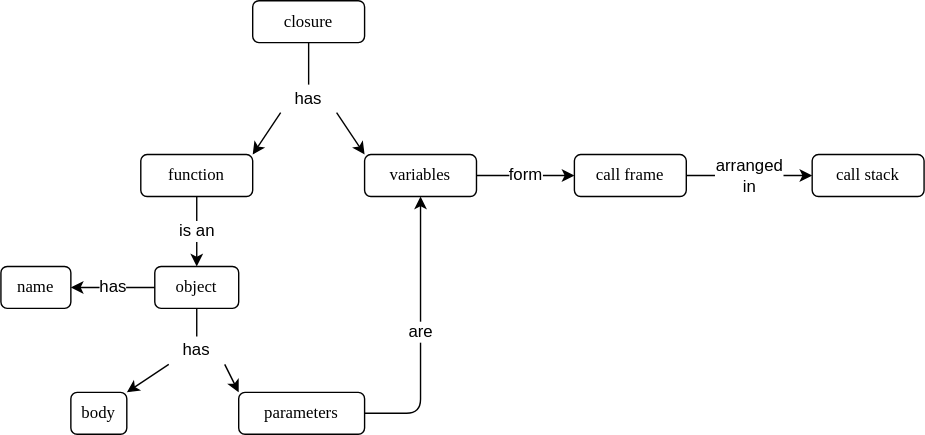
The draw.io diagram src/func/concept_map.svg in gvwilson/sdxpy, before a commit. Source tidied: cells renumbered, new cells last; positions are measured from the earlier drawing's top-left corner, leaving out a move shared by most shapes. Source of this version:
```xml
<mxGraphModel>
  <root>
    <mxCell id="0" />
    <mxCell id="1" parent="0" />
    <mxCell id="2" value="function" style="rounded=1;whiteSpace=wrap;html=1;fillColor=none;fontFamily=Verdana;" parent="1" vertex="1">
      <mxGeometry x="100" y="110" width="80" height="30" as="geometry" />
    </mxCell>
    <mxCell id="3" value="closure" style="rounded=1;whiteSpace=wrap;html=1;fillColor=none;fontFamily=Verdana;" parent="1" vertex="1">
      <mxGeometry x="180" width="80" height="30" as="geometry" />
    </mxCell>
    <mxCell id="4" value="has" style="text;html=1;strokeColor=none;fillColor=none;align=center;verticalAlign=middle;whiteSpace=wrap;rounded=0;" parent="1" vertex="1">
      <mxGeometry x="200" y="60" width="40" height="20" as="geometry" />
    </mxCell>
    <mxCell id="5" style="endArrow=none;html=1;rounded=0;entryX=0.5;entryY=1;entryDx=0;entryDy=0;exitX=0.5;exitY=0;exitDx=0;exitDy=0;" parent="1" edge="1" source="4" target="3">
      <mxGeometry relative="1" as="geometry" />
    </mxCell>
    <mxCell id="6" style="endArrow=classic;html=1;rounded=0;entryX=1;entryY=0;entryDx=0;entryDy=0;exitX=0;exitY=1;exitDx=0;exitDy=0;" parent="1" edge="1" source="4" target="2">
      <mxGeometry relative="1" as="geometry" />
    </mxCell>
    <mxCell id="7" value="variables" style="rounded=1;whiteSpace=wrap;html=1;fillColor=none;fontFamily=Verdana;" parent="1" vertex="1">
      <mxGeometry x="260" y="110" width="80" height="30" as="geometry" />
    </mxCell>
    <mxCell id="8" style="endArrow=classic;html=1;rounded=0;entryX=0;entryY=0;entryDx=0;entryDy=0;exitX=1;exitY=1;exitDx=0;exitDy=0;" parent="1" edge="1" source="4" target="7">
      <mxGeometry relative="1" as="geometry" />
    </mxCell>
    <mxCell id="9" value="object" style="rounded=1;whiteSpace=wrap;html=1;fillColor=none;fontFamily=Verdana;" parent="1" vertex="1">
      <mxGeometry x="110" y="190" width="60" height="30" as="geometry" />
    </mxCell>
    <mxCell id="10" value="&lt;font style=&quot;font-size: 12px;&quot;&gt;is an&lt;/font&gt;" style="endArrow=classic;html=1;rounded=0;exitX=0.5;exitY=1;exitDx=0;exitDy=0;entryX=0.5;entryY=0;entryDx=0;entryDy=0;" parent="1" edge="1" source="2" target="9">
      <mxGeometry relative="1" as="geometry" />
    </mxCell>
    <mxCell id="11" value="parameters" style="rounded=1;whiteSpace=wrap;html=1;fillColor=none;fontFamily=Verdana;" parent="1" vertex="1">
      <mxGeometry x="170" y="280" width="90" height="30" as="geometry" />
    </mxCell>
    <mxCell id="12" value="body" style="rounded=1;whiteSpace=wrap;html=1;fillColor=none;fontFamily=Verdana;" parent="1" vertex="1">
      <mxGeometry x="50" y="280" width="40" height="30" as="geometry" />
    </mxCell>
    <mxCell id="13" value="has" style="text;html=1;strokeColor=none;fillColor=none;align=center;verticalAlign=middle;whiteSpace=wrap;rounded=0;" parent="1" vertex="1">
      <mxGeometry x="120" y="240" width="40" height="20" as="geometry" />
    </mxCell>
    <mxCell id="14" style="endArrow=none;html=1;rounded=0;exitX=0.5;exitY=0;exitDx=0;exitDy=0;entryX=0.5;entryY=1;entryDx=0;entryDy=0;" parent="1" edge="1" source="13" target="9">
      <mxGeometry relative="1" as="geometry" />
    </mxCell>
    <mxCell id="15" style="endArrow=classic;html=1;rounded=0;entryX=1;entryY=0;entryDx=0;entryDy=0;exitX=0;exitY=1;exitDx=0;exitDy=0;" parent="1" edge="1" source="13" target="12">
      <mxGeometry relative="1" as="geometry" />
    </mxCell>
    <mxCell id="16" style="endArrow=classic;html=1;rounded=0;exitX=1;exitY=1;exitDx=0;exitDy=0;entryX=0;entryY=0;entryDx=0;entryDy=0;" parent="1" edge="1" source="13" target="11">
      <mxGeometry relative="1" as="geometry" />
    </mxCell>
    <mxCell id="17" value="&lt;font style=&quot;font-size: 12px;&quot;&gt;are&lt;/font&gt;" style="endArrow=classic;html=1;rounded=1;entryX=0.5;entryY=1;entryDx=0;entryDy=0;exitX=1;exitY=0.5;exitDx=0;exitDy=0;" parent="1" edge="1" source="11" target="7">
      <mxGeometry relative="1" as="geometry">
        <Array as="points">
          <mxPoint x="300" y="295" />
        </Array>
      </mxGeometry>
    </mxCell>
    <mxCell id="18" value="&lt;font style=&quot;font-size: 12px;&quot;&gt;has&lt;/font&gt;" style="endArrow=classic;html=1;rounded=0;entryX=1;entryY=0.5;entryDx=0;entryDy=0;exitX=0;exitY=0.5;exitDx=0;exitDy=0;" parent="1" edge="1" source="9" target="19">
      <mxGeometry relative="1" as="geometry" />
    </mxCell>
    <mxCell id="19" value="name" style="rounded=1;whiteSpace=wrap;html=1;fillColor=none;fontFamily=Verdana;" parent="1" vertex="1">
      <mxGeometry y="190" width="50" height="30" as="geometry" />
    </mxCell>
    <mxCell id="20" value="call frame" style="rounded=1;whiteSpace=wrap;html=1;fillColor=none;fontFamily=Verdana;" parent="1" vertex="1">
      <mxGeometry x="410" y="110" width="80" height="30" as="geometry" />
    </mxCell>
    <mxCell id="21" value="&lt;font style=&quot;font-size: 12px;&quot;&gt;form&lt;/font&gt;" style="endArrow=classic;html=1;rounded=0;entryX=0;entryY=0.5;entryDx=0;entryDy=0;exitX=1;exitY=0.5;exitDx=0;exitDy=0;" parent="1" edge="1" source="7" target="20">
      <mxGeometry relative="1" as="geometry" />
    </mxCell>
    <mxCell id="22" value="call stack" style="rounded=1;whiteSpace=wrap;html=1;fillColor=none;fontFamily=Verdana;" parent="1" vertex="1">
      <mxGeometry x="580" y="110" width="80" height="30" as="geometry" />
    </mxCell>
    <mxCell id="23" value="&lt;font style=&quot;font-size: 12px;&quot;&gt;arranged&lt;br&gt;in&lt;br&gt;&lt;/font&gt;" style="endArrow=classic;html=1;rounded=0;entryX=0;entryY=0.5;entryDx=0;entryDy=0;exitX=1;exitY=0.5;exitDx=0;exitDy=0;" parent="1" edge="1" source="20" target="22">
      <mxGeometry relative="1" as="geometry" />
    </mxCell>
  </root>
</mxGraphModel>
```
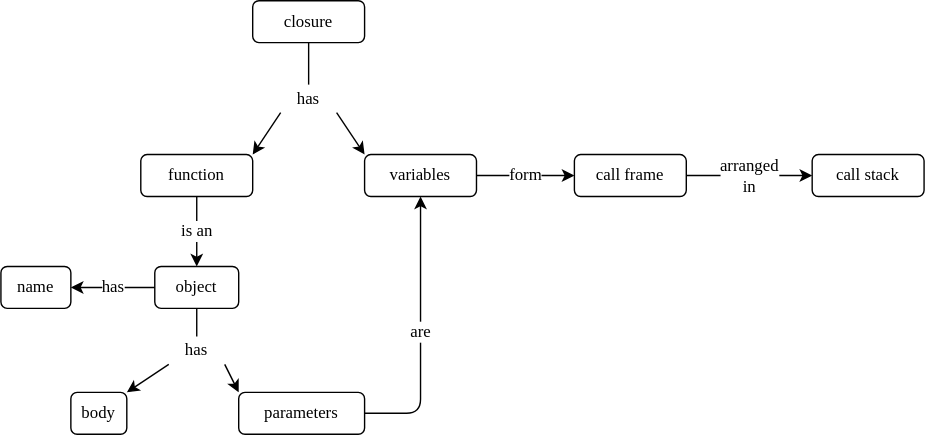
The same diagram one commit later.

Change to the diagram source:
```diff
@@ -8,25 +8,25 @@
     <mxCell id="3" value="closure" style="rounded=1;whiteSpace=wrap;html=1;fillColor=none;fontFamily=Verdana;" parent="1" vertex="1">
       <mxGeometry x="180" width="80" height="30" as="geometry" />
     </mxCell>
-    <mxCell id="4" value="has" style="text;html=1;strokeColor=none;fillColor=none;align=center;verticalAlign=middle;whiteSpace=wrap;rounded=0;" parent="1" vertex="1">
+    <mxCell id="4" value="has" style="text;html=1;strokeColor=none;fillColor=none;align=center;verticalAlign=middle;whiteSpace=wrap;rounded=0;fontFamily=Verdana;" parent="1" vertex="1">
       <mxGeometry x="200" y="60" width="40" height="20" as="geometry" />
     </mxCell>
-    <mxCell id="5" style="endArrow=none;html=1;rounded=0;entryX=0.5;entryY=1;entryDx=0;entryDy=0;exitX=0.5;exitY=0;exitDx=0;exitDy=0;" parent="1" edge="1" source="4" target="3">
+    <mxCell id="5" style="endArrow=none;html=1;rounded=0;entryX=0.5;entryY=1;entryDx=0;entryDy=0;exitX=0.5;exitY=0;exitDx=0;exitDy=0;fontFamily=Verdana;" parent="1" edge="1" source="4" target="3">
       <mxGeometry relative="1" as="geometry" />
     </mxCell>
-    <mxCell id="6" style="endArrow=classic;html=1;rounded=0;entryX=1;entryY=0;entryDx=0;entryDy=0;exitX=0;exitY=1;exitDx=0;exitDy=0;" parent="1" edge="1" source="4" target="2">
+    <mxCell id="6" style="endArrow=classic;html=1;rounded=0;entryX=1;entryY=0;entryDx=0;entryDy=0;exitX=0;exitY=1;exitDx=0;exitDy=0;fontFamily=Verdana;" parent="1" edge="1" source="4" target="2">
       <mxGeometry relative="1" as="geometry" />
     </mxCell>
     <mxCell id="7" value="variables" style="rounded=1;whiteSpace=wrap;html=1;fillColor=none;fontFamily=Verdana;" parent="1" vertex="1">
       <mxGeometry x="260" y="110" width="80" height="30" as="geometry" />
     </mxCell>
-    <mxCell id="8" style="endArrow=classic;html=1;rounded=0;entryX=0;entryY=0;entryDx=0;entryDy=0;exitX=1;exitY=1;exitDx=0;exitDy=0;" parent="1" edge="1" source="4" target="7">
+    <mxCell id="8" style="endArrow=classic;html=1;rounded=0;entryX=0;entryY=0;entryDx=0;entryDy=0;exitX=1;exitY=1;exitDx=0;exitDy=0;fontFamily=Verdana;" parent="1" edge="1" source="4" target="7">
       <mxGeometry relative="1" as="geometry" />
     </mxCell>
     <mxCell id="9" value="object" style="rounded=1;whiteSpace=wrap;html=1;fillColor=none;fontFamily=Verdana;" parent="1" vertex="1">
       <mxGeometry x="110" y="190" width="60" height="30" as="geometry" />
     </mxCell>
-    <mxCell id="10" value="&lt;font style=&quot;font-size: 12px;&quot;&gt;is an&lt;/font&gt;" style="endArrow=classic;html=1;rounded=0;exitX=0.5;exitY=1;exitDx=0;exitDy=0;entryX=0.5;entryY=0;entryDx=0;entryDy=0;" parent="1" edge="1" source="2" target="9">
+    <mxCell id="10" value="&lt;font style=&quot;font-size: 12px;&quot;&gt;is an&lt;/font&gt;" style="endArrow=classic;html=1;rounded=0;exitX=0.5;exitY=1;exitDx=0;exitDy=0;entryX=0.5;entryY=0;entryDx=0;entryDy=0;fontFamily=Verdana;" parent="1" edge="1" source="2" target="9">
       <mxGeometry relative="1" as="geometry" />
     </mxCell>
     <mxCell id="11" value="parameters" style="rounded=1;whiteSpace=wrap;html=1;fillColor=none;fontFamily=Verdana;" parent="1" vertex="1">
@@ -35,26 +35,26 @@
     <mxCell id="12" value="body" style="rounded=1;whiteSpace=wrap;html=1;fillColor=none;fontFamily=Verdana;" parent="1" vertex="1">
       <mxGeometry x="50" y="280" width="40" height="30" as="geometry" />
     </mxCell>
-    <mxCell id="13" value="has" style="text;html=1;strokeColor=none;fillColor=none;align=center;verticalAlign=middle;whiteSpace=wrap;rounded=0;" parent="1" vertex="1">
+    <mxCell id="13" value="has" style="text;html=1;strokeColor=none;fillColor=none;align=center;verticalAlign=middle;whiteSpace=wrap;rounded=0;fontFamily=Verdana;" parent="1" vertex="1">
       <mxGeometry x="120" y="240" width="40" height="20" as="geometry" />
     </mxCell>
-    <mxCell id="14" style="endArrow=none;html=1;rounded=0;exitX=0.5;exitY=0;exitDx=0;exitDy=0;entryX=0.5;entryY=1;entryDx=0;entryDy=0;" parent="1" edge="1" source="13" target="9">
+    <mxCell id="14" style="endArrow=none;html=1;rounded=0;exitX=0.5;exitY=0;exitDx=0;exitDy=0;entryX=0.5;entryY=1;entryDx=0;entryDy=0;fontFamily=Verdana;" parent="1" edge="1" source="13" target="9">
       <mxGeometry relative="1" as="geometry" />
     </mxCell>
-    <mxCell id="15" style="endArrow=classic;html=1;rounded=0;entryX=1;entryY=0;entryDx=0;entryDy=0;exitX=0;exitY=1;exitDx=0;exitDy=0;" parent="1" edge="1" source="13" target="12">
+    <mxCell id="15" style="endArrow=classic;html=1;rounded=0;entryX=1;entryY=0;entryDx=0;entryDy=0;exitX=0;exitY=1;exitDx=0;exitDy=0;fontFamily=Verdana;" parent="1" edge="1" source="13" target="12">
       <mxGeometry relative="1" as="geometry" />
     </mxCell>
-    <mxCell id="16" style="endArrow=classic;html=1;rounded=0;exitX=1;exitY=1;exitDx=0;exitDy=0;entryX=0;entryY=0;entryDx=0;entryDy=0;" parent="1" edge="1" source="13" target="11">
+    <mxCell id="16" style="endArrow=classic;html=1;rounded=0;exitX=1;exitY=1;exitDx=0;exitDy=0;entryX=0;entryY=0;entryDx=0;entryDy=0;fontFamily=Verdana;" parent="1" edge="1" source="13" target="11">
       <mxGeometry relative="1" as="geometry" />
     </mxCell>
-    <mxCell id="17" value="&lt;font style=&quot;font-size: 12px;&quot;&gt;are&lt;/font&gt;" style="endArrow=classic;html=1;rounded=1;entryX=0.5;entryY=1;entryDx=0;entryDy=0;exitX=1;exitY=0.5;exitDx=0;exitDy=0;" parent="1" edge="1" source="11" target="7">
+    <mxCell id="17" value="&lt;font style=&quot;font-size: 12px;&quot;&gt;are&lt;/font&gt;" style="endArrow=classic;html=1;rounded=1;entryX=0.5;entryY=1;entryDx=0;entryDy=0;exitX=1;exitY=0.5;exitDx=0;exitDy=0;fontFamily=Verdana;" parent="1" edge="1" source="11" target="7">
       <mxGeometry relative="1" as="geometry">
         <Array as="points">
           <mxPoint x="300" y="295" />
         </Array>
       </mxGeometry>
     </mxCell>
-    <mxCell id="18" value="&lt;font style=&quot;font-size: 12px;&quot;&gt;has&lt;/font&gt;" style="endArrow=classic;html=1;rounded=0;entryX=1;entryY=0.5;entryDx=0;entryDy=0;exitX=0;exitY=0.5;exitDx=0;exitDy=0;" parent="1" edge="1" source="9" target="19">
+    <mxCell id="18" value="&lt;font style=&quot;font-size: 12px;&quot;&gt;has&lt;/font&gt;" style="endArrow=classic;html=1;rounded=0;entryX=1;entryY=0.5;entryDx=0;entryDy=0;exitX=0;exitY=0.5;exitDx=0;exitDy=0;fontFamily=Verdana;" parent="1" edge="1" source="9" target="19">
       <mxGeometry relative="1" as="geometry" />
     </mxCell>
     <mxCell id="19" value="name" style="rounded=1;whiteSpace=wrap;html=1;fillColor=none;fontFamily=Verdana;" parent="1" vertex="1">
@@ -63,13 +63,13 @@
     <mxCell id="20" value="call frame" style="rounded=1;whiteSpace=wrap;html=1;fillColor=none;fontFamily=Verdana;" parent="1" vertex="1">
       <mxGeometry x="410" y="110" width="80" height="30" as="geometry" />
     </mxCell>
-    <mxCell id="21" value="&lt;font style=&quot;font-size: 12px;&quot;&gt;form&lt;/font&gt;" style="endArrow=classic;html=1;rounded=0;entryX=0;entryY=0.5;entryDx=0;entryDy=0;exitX=1;exitY=0.5;exitDx=0;exitDy=0;" parent="1" edge="1" source="7" target="20">
+    <mxCell id="21" value="&lt;font style=&quot;font-size: 12px;&quot;&gt;form&lt;/font&gt;" style="endArrow=classic;html=1;rounded=0;entryX=0;entryY=0.5;entryDx=0;entryDy=0;exitX=1;exitY=0.5;exitDx=0;exitDy=0;fontFamily=Verdana;" parent="1" edge="1" source="7" target="20">
       <mxGeometry relative="1" as="geometry" />
     </mxCell>
     <mxCell id="22" value="call stack" style="rounded=1;whiteSpace=wrap;html=1;fillColor=none;fontFamily=Verdana;" parent="1" vertex="1">
       <mxGeometry x="580" y="110" width="80" height="30" as="geometry" />
     </mxCell>
-    <mxCell id="23" value="&lt;font style=&quot;font-size: 12px;&quot;&gt;arranged&lt;br&gt;in&lt;br&gt;&lt;/font&gt;" style="endArrow=classic;html=1;rounded=0;entryX=0;entryY=0.5;entryDx=0;entryDy=0;exitX=1;exitY=0.5;exitDx=0;exitDy=0;" parent="1" edge="1" source="20" target="22">
+    <mxCell id="23" value="&lt;font style=&quot;font-size: 12px;&quot;&gt;arranged&lt;br&gt;in&lt;br&gt;&lt;/font&gt;" style="endArrow=classic;html=1;rounded=0;entryX=0;entryY=0.5;entryDx=0;entryDy=0;exitX=1;exitY=0.5;exitDx=0;exitDy=0;fontFamily=Verdana;" parent="1" edge="1" source="20" target="22">
       <mxGeometry relative="1" as="geometry" />
     </mxCell>
   </root>
```
